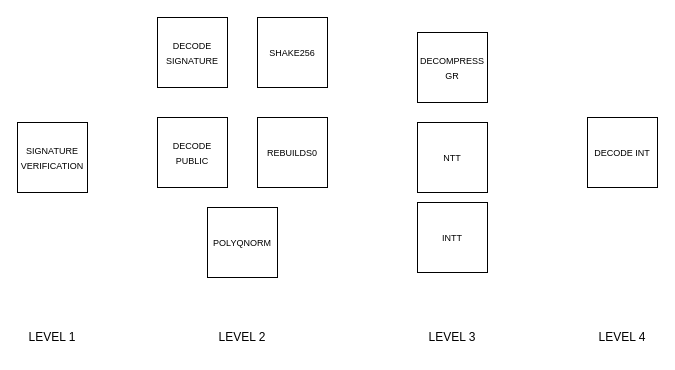
The draw.io diagram 01 Architecture/Block Diagrams/Verify/Verify Block Diagram.drawio in davidrama01/PQC-Accelerator, before the edit. Source tidied: cells renumbered, new cells numbered last; positions are measured from the earlier drawing's top-left corner, leaving out a move shared by most shapes. Both pictures are drawn from the tidied source at 100%, with x=0, y=0 at pixel (17, 17).
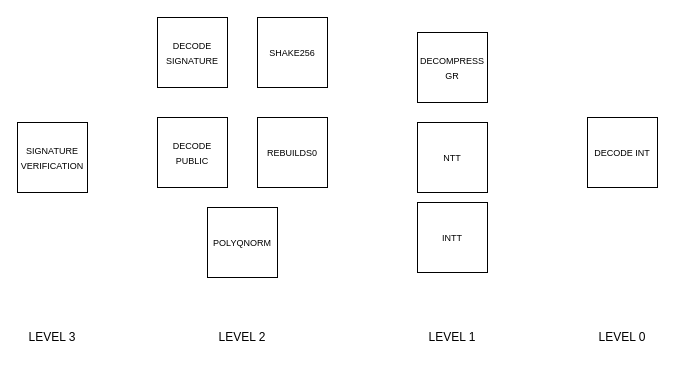
Above is the later version.

Commit message:
Updated Block Diagram

Diff of the diagram source:
```diff
@@
 <mxGraphModel>
   <root>
     <mxCell id="0" />
     <mxCell id="1" parent="0" />
     <mxCell id="2" value="&lt;font style=&quot;font-size: 9px;&quot;&gt;SIGNATURE VERIFICATION&lt;/font&gt;" style="whiteSpace=wrap;html=1;" parent="1" vertex="1">
       <mxGeometry y="105" width="70" height="70" as="geometry" />
     </mxCell>
     <mxCell id="3" value="&lt;font style=&quot;font-size: 9px;&quot;&gt;DECODE SIGNATURE&lt;/font&gt;" style="whiteSpace=wrap;html=1;" parent="1" vertex="1">
       <mxGeometry x="140" width="70" height="70" as="geometry" />
     </mxCell>
     <mxCell id="4" value="&lt;font style=&quot;font-size: 9px;&quot;&gt;DECODE PUBLIC&lt;/font&gt;" style="whiteSpace=wrap;html=1;" parent="1" vertex="1">
       <mxGeometry x="140" y="100" width="70" height="70" as="geometry" />
     </mxCell>
     <mxCell id="5" value="&lt;font style=&quot;font-size: 9px;&quot;&gt;SHAKE256&lt;/font&gt;" style="whiteSpace=wrap;html=1;" parent="1" vertex="1">
       <mxGeometry x="240" width="70" height="70" as="geometry" />
     </mxCell>
     <mxCell id="6" value="&lt;font style=&quot;font-size: 9px;&quot;&gt;REBUILDS0&lt;/font&gt;" style="whiteSpace=wrap;html=1;" parent="1" vertex="1">
       <mxGeometry x="240" y="100" width="70" height="70" as="geometry" />
     </mxCell>
     <mxCell id="7" value="&lt;font style=&quot;font-size: 9px;&quot;&gt;POLYQNORM&lt;/font&gt;" style="whiteSpace=wrap;html=1;" parent="1" vertex="1">
       <mxGeometry x="190" y="190" width="70" height="70" as="geometry" />
     </mxCell>
     <mxCell id="8" value="&lt;font style=&quot;font-size: 9px;&quot;&gt;DECOMPRESS GR&lt;/font&gt;" style="whiteSpace=wrap;html=1;" parent="1" vertex="1">
       <mxGeometry x="400" y="15" width="70" height="70" as="geometry" />
     </mxCell>
     <mxCell id="9" value="&lt;font style=&quot;font-size: 9px;&quot;&gt;DECODE INT&lt;/font&gt;" style="whiteSpace=wrap;html=1;" parent="1" vertex="1">
       <mxGeometry x="570" y="100" width="70" height="70" as="geometry" />
     </mxCell>
     <mxCell id="10" value="&lt;font style=&quot;font-size: 9px;&quot;&gt;NTT&lt;/font&gt;" style="whiteSpace=wrap;html=1;" parent="1" vertex="1">
       <mxGeometry x="400" y="105" width="70" height="70" as="geometry" />
     </mxCell>
     <mxCell id="11" value="&lt;font style=&quot;font-size: 9px;&quot;&gt;INTT&lt;/font&gt;" style="whiteSpace=wrap;html=1;" parent="1" vertex="1">
       <mxGeometry x="400" y="185" width="70" height="70" as="geometry" />
     </mxCell>
-    <mxCell id="12" value="LEVEL 1" style="text;html=1;whiteSpace=wrap;strokeColor=none;fillColor=none;align=center;verticalAlign=middle;rounded=0;" parent="1" vertex="1">
+    <mxCell id="12" value="LEVEL 3" style="text;html=1;whiteSpace=wrap;strokeColor=none;fillColor=none;align=center;verticalAlign=middle;rounded=0;" parent="1" vertex="1">
       <mxGeometry x="5" y="305" width="60" height="30" as="geometry" />
     </mxCell>
     <mxCell id="13" value="LEVEL 2" style="text;html=1;whiteSpace=wrap;strokeColor=none;fillColor=none;align=center;verticalAlign=middle;rounded=0;" parent="1" vertex="1">
       <mxGeometry x="195" y="305" width="60" height="30" as="geometry" />
     </mxCell>
-    <mxCell id="14" value="LEVEL 3" style="text;html=1;whiteSpace=wrap;strokeColor=none;fillColor=none;align=center;verticalAlign=middle;rounded=0;" parent="1" vertex="1">
+    <mxCell id="14" value="LEVEL 1" style="text;html=1;whiteSpace=wrap;strokeColor=none;fillColor=none;align=center;verticalAlign=middle;rounded=0;" parent="1" vertex="1">
       <mxGeometry x="405" y="305" width="60" height="30" as="geometry" />
     </mxCell>
-    <mxCell id="15" value="LEVEL 4" style="text;html=1;whiteSpace=wrap;strokeColor=none;fillColor=none;align=center;verticalAlign=middle;rounded=0;" parent="1" vertex="1">
+    <mxCell id="15" value="LEVEL 0" style="text;html=1;whiteSpace=wrap;strokeColor=none;fillColor=none;align=center;verticalAlign=middle;rounded=0;" parent="1" vertex="1">
       <mxGeometry x="575" y="305" width="60" height="30" as="geometry" />
     </mxCell>
   </root>
 </mxGraphModel>
```
